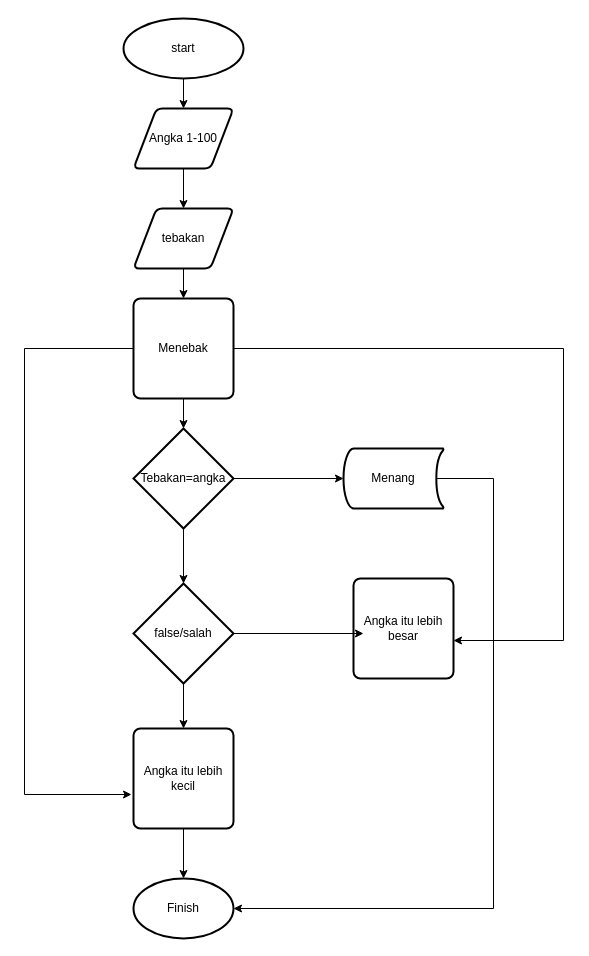
Above: Untitled Diagram.drawio in RifkiAzwari07/algo_A_23241037 (draw.io), before the change. Source tidied: cells renumbered, new cells numbered last; positions are measured from the earlier drawing's top-left corner, leaving out a move shared by most shapes. Both pictures are drawn from the tidied source at 100%, with x=0, y=0 at pixel (24, 18).
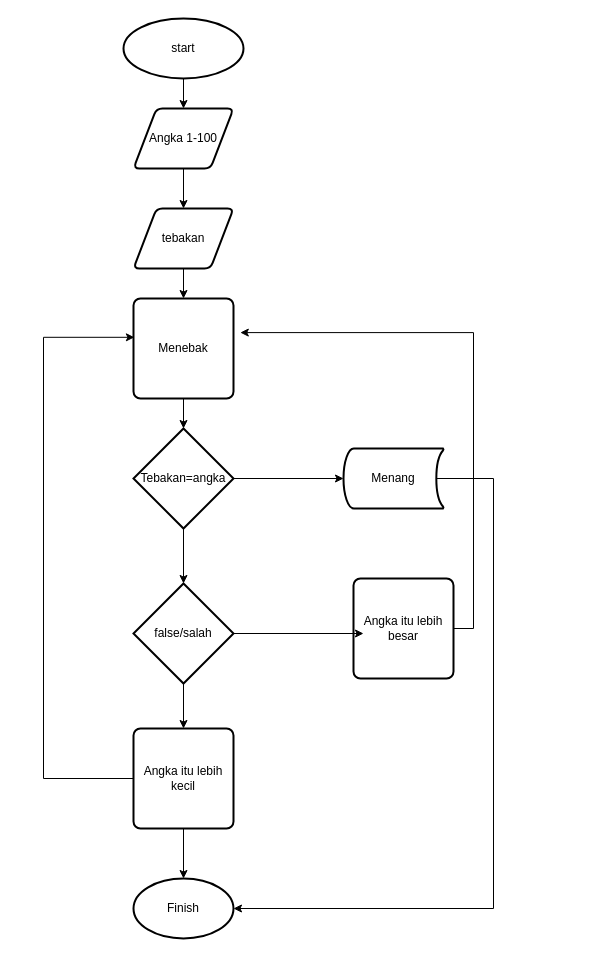
Above is the later version.

The change refers to these unchanged cells:
```xml
<mxCell id="10" value="Menebak" style="rounded=1;whiteSpace=wrap;html=1;absoluteArcSize=1;arcSize=14;strokeWidth=2;" parent="1" vertex="1">
  <mxGeometry x="109" y="280" width="100" height="100" as="geometry" />
</mxCell>
<mxCell id="19" value="Angka itu lebih besar" style="rounded=1;whiteSpace=wrap;html=1;absoluteArcSize=1;arcSize=14;strokeWidth=2;" parent="1" vertex="1">
  <mxGeometry x="329" y="560" width="100" height="100" as="geometry" />
</mxCell>
<mxCell id="20" value="Angka itu lebih kecil" style="rounded=1;whiteSpace=wrap;html=1;absoluteArcSize=1;arcSize=14;strokeWidth=2;" parent="1" vertex="1">
  <mxGeometry x="109" y="710" width="100" height="100" as="geometry" />
</mxCell>
```

Diff of the diagram source:
```diff
@@
-    <mxCell id="9" style="edgeStyle=orthogonalEdgeStyle;rounded=0;jettySize=auto;html=1;exitX=0;exitY=0.5;exitDx=0;exitDy=0;entryX=-0.02;entryY=0.66;entryDx=0;entryDy=0;entryPerimeter=0;" parent="1" edge="1" source="10" target="20">
-      <mxGeometry relative="1" as="geometry">
-        <Array as="points">
-          <mxPoint y="330" />
-          <mxPoint y="776" />
-        </Array>
-      </mxGeometry>
-    </mxCell>
@@
-    <mxCell id="24" style="edgeStyle=orthogonalEdgeStyle;rounded=0;jettySize=auto;html=1;exitX=1;exitY=0.5;exitDx=0;exitDy=0;entryX=1;entryY=0.62;entryDx=0;entryDy=0;entryPerimeter=0;" parent="1" edge="1" source="10" target="19">
-      <mxGeometry relative="1" as="geometry">
-        <Array as="points">
-          <mxPoint x="539" y="330" />
-          <mxPoint x="539" y="622" />
-        </Array>
-      </mxGeometry>
-    </mxCell>
+    <mxCell id="25" style="edgeStyle=orthogonalEdgeStyle;rounded=0;jettySize=auto;html=1;exitX=1;exitY=0.5;exitDx=0;exitDy=0;entryX=1.068;entryY=0.341;entryDx=0;entryDy=0;entryPerimeter=0;" parent="1" edge="1" source="19" target="10">
+      <mxGeometry relative="1" as="geometry">
+        <Array as="points">
+          <mxPoint x="449" y="610" />
+          <mxPoint x="449" y="314" />
+        </Array>
+      </mxGeometry>
+    </mxCell>
+    <mxCell id="26" style="edgeStyle=orthogonalEdgeStyle;rounded=0;jettySize=auto;html=1;exitX=0;exitY=0.5;exitDx=0;exitDy=0;entryX=0.009;entryY=0.388;entryDx=0;entryDy=0;entryPerimeter=0;" parent="1" edge="1" source="20" target="10">
+      <mxGeometry relative="1" as="geometry">
+        <Array as="points">
+          <mxPoint x="19" y="760" />
+          <mxPoint x="19" y="319" />
+        </Array>
+      </mxGeometry>
+    </mxCell>
```
